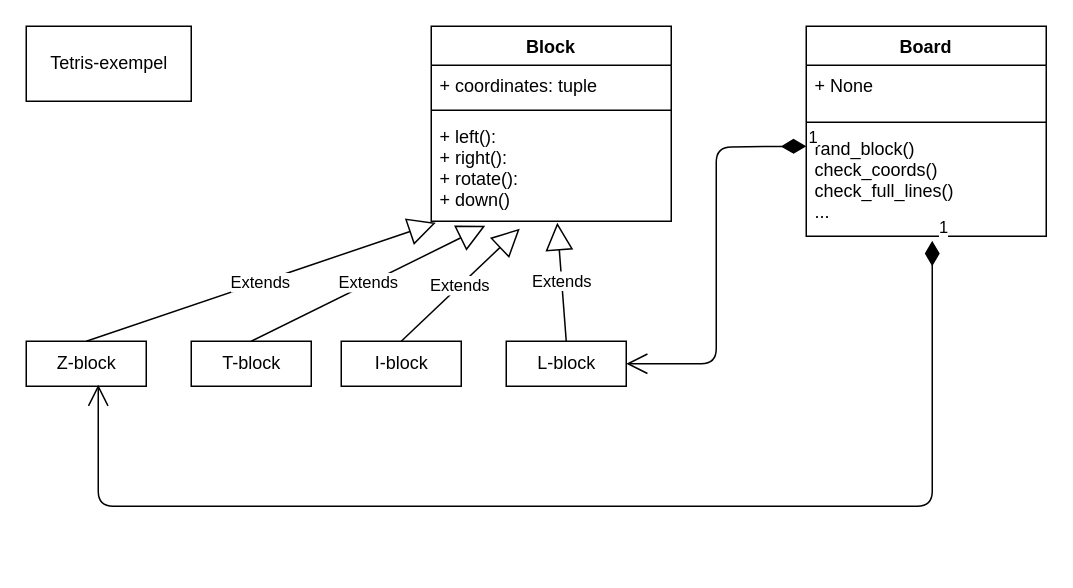
Earlier version of the draw.io diagram page "Page-3" (3 of 3) of Code-Along/UMLexampledrawings.drawio (jwiegert/python-programming-joachim-wiegert). Source tidied: cells renumbered, new cells numbered last; positions are measured from the earlier drawing's top-left corner, leaving out a move shared by most shapes. Both pictures are drawn from the tidied source at 150%, with x=0, y=0 at pixel (26, 26).
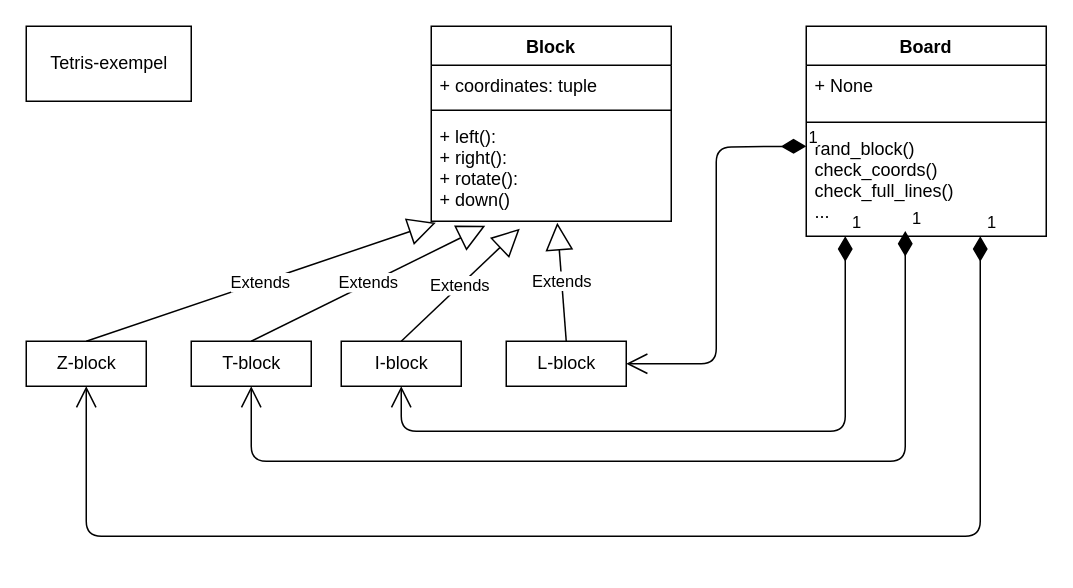
Above is the later version.

The change refers to these unchanged cells:
```xml
<mxCell id="7" value="Z-block" style="html=1;" parent="1" vertex="1">
  <mxGeometry y="210" width="80" height="30" as="geometry" />
</mxCell>
<mxCell id="8" value="T-block" style="html=1;" parent="1" vertex="1">
  <mxGeometry x="110" y="210" width="80" height="30" as="geometry" />
</mxCell>
<mxCell id="9" value="I-block" style="html=1;" parent="1" vertex="1">
  <mxGeometry x="210" y="210" width="80" height="30" as="geometry" />
</mxCell>
<mxCell id="10" value="L-block" style="html=1;" parent="1" vertex="1">
  <mxGeometry x="320" y="210" width="80" height="30" as="geometry" />
</mxCell>
<mxCell id="18" value="rand_block()&#10;check_coords()&#10;check_full_lines()&#10;..." style="text;strokeColor=none;fillColor=none;align=left;verticalAlign=top;spacingLeft=4;spacingRight=4;overflow=hidden;points=[[0,0.5],[1,0.5]];portConstraint=eastwest;" parent="15" vertex="1">
  <mxGeometry y="68" width="160" height="72" as="geometry" />
</mxCell>
```

Change to the diagram source:
```diff
@@
+    <mxCell id="20" value="1" style="endArrow=open;html=1;endSize=12;startArrow=diamondThin;startSize=14;startFill=1;edgeStyle=orthogonalEdgeStyle;align=left;verticalAlign=bottom;entryX=1;entryY=0.5;entryDx=0;entryDy=0;" parent="1" edge="1" target="10">
+      <mxGeometry x="-1" y="3" relative="1" as="geometry">
+        <mxPoint x="520" y="80" as="sourcePoint" />
+      </mxGeometry>
+    </mxCell>
+    <mxCell id="21" value="1" style="endArrow=open;html=1;endSize=12;startArrow=diamondThin;startSize=14;startFill=1;edgeStyle=orthogonalEdgeStyle;align=left;verticalAlign=bottom;exitX=0.525;exitY=1.042;exitDx=0;exitDy=0;exitPerimeter=0;entryX=0.5;entryY=1;entryDx=0;entryDy=0;" parent="1" edge="1" target="8">
+      <mxGeometry x="-1" y="3" relative="1" as="geometry">
+        <mxPoint x="586" y="136.5" as="sourcePoint" />
+        <Array as="points">
+          <mxPoint x="586" y="290" />
+          <mxPoint x="150" y="290" />
+        </Array>
+      </mxGeometry>
+    </mxCell>
-    <mxCell id="19" value="1" style="endArrow=open;html=1;endSize=12;startArrow=diamondThin;startSize=14;startFill=1;edgeStyle=orthogonalEdgeStyle;align=left;verticalAlign=bottom;exitX=0.525;exitY=1.042;exitDx=0;exitDy=0;exitPerimeter=0;entryX=0.6;entryY=0.967;entryDx=0;entryDy=0;entryPerimeter=0;" parent="1" edge="1" source="18" target="7">
+    <mxCell id="19" value="1" style="endArrow=open;html=1;endSize=12;startArrow=diamondThin;startSize=14;startFill=1;edgeStyle=orthogonalEdgeStyle;align=left;verticalAlign=bottom;entryX=0.5;entryY=1;entryDx=0;entryDy=0;" parent="1" edge="1" source="18" target="7">
       <mxGeometry x="-1" y="3" relative="1" as="geometry">
         <Array as="points">
-          <mxPoint x="604" y="320" />
-          <mxPoint x="48" y="320" />
+          <mxPoint x="636" y="340" />
+          <mxPoint x="40" y="340" />
         </Array>
       </mxGeometry>
     </mxCell>
-    <mxCell id="20" value="1" style="endArrow=open;html=1;endSize=12;startArrow=diamondThin;startSize=14;startFill=1;edgeStyle=orthogonalEdgeStyle;align=left;verticalAlign=bottom;entryX=1;entryY=0.5;entryDx=0;entryDy=0;" parent="1" edge="1" target="10">
-      <mxGeometry x="-1" y="3" relative="1" as="geometry">
-        <mxPoint x="520" y="80" as="sourcePoint" />
-      </mxGeometry>
-    </mxCell>
+    <mxCell id="22" value="1" style="endArrow=open;html=1;endSize=12;startArrow=diamondThin;startSize=14;startFill=1;edgeStyle=orthogonalEdgeStyle;align=left;verticalAlign=bottom;exitX=0.525;exitY=1.042;exitDx=0;exitDy=0;exitPerimeter=0;entryX=0.5;entryY=1;entryDx=0;entryDy=0;" parent="1" edge="1" target="9">
+      <mxGeometry x="-1" y="3" relative="1" as="geometry">
+        <mxPoint x="546" y="140" as="sourcePoint" />
+        <Array as="points">
+          <mxPoint x="546" y="270" />
+          <mxPoint x="250" y="270" />
+        </Array>
+      </mxGeometry>
+    </mxCell>
```
